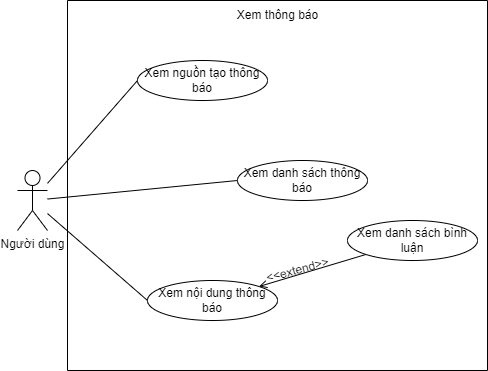
Earlier version of the draw.io export usecase diagram/Thông báo nội khu-Xem thông báo.drawio.png (kienndhn/draw-io). Source tidied: cells renumbered, new cells last; positions are measured from the earlier drawing's top-left corner, leaving out a move shared by most shapes. The source it was exported from:
```xml
<mxGraphModel>
  <root>
    <mxCell id="0" />
    <mxCell id="1" parent="0" />
    <mxCell id="2" style="rounded=0;jettySize=auto;html=1;entryX=0;entryY=0.5;entryDx=0;entryDy=0;endArrow=none;endFill=0;" parent="1" edge="1" source="5" target="7">
      <mxGeometry relative="1" as="geometry" />
    </mxCell>
    <mxCell id="3" style="edgeStyle=none;rounded=0;jettySize=auto;html=1;entryX=0;entryY=0.5;entryDx=0;entryDy=0;endArrow=none;endFill=0;" parent="1" edge="1" source="5" target="9">
      <mxGeometry relative="1" as="geometry" />
    </mxCell>
    <mxCell id="4" style="edgeStyle=none;rounded=0;jettySize=auto;html=1;entryX=0;entryY=0.5;entryDx=0;entryDy=0;endArrow=none;endFill=0;" parent="1" edge="1" source="5" target="11">
      <mxGeometry relative="1" as="geometry" />
    </mxCell>
    <mxCell id="5" value="Người dùng" style="shape=umlActor;verticalLabelPosition=bottom;verticalAlign=top;html=1;outlineConnect=0;" parent="1" vertex="1">
      <mxGeometry y="170" width="30" height="60" as="geometry" />
    </mxCell>
    <mxCell id="6" style="swimlane;startSize=0;" parent="1" vertex="1">
      <mxGeometry x="50" width="420" height="370" as="geometry" />
    </mxCell>
    <mxCell id="7" value="Xem nguồn tạo thông báo" style="ellipse;whiteSpace=wrap;html=1;" parent="6" vertex="1">
      <mxGeometry x="70" y="60" width="130" height="40" as="geometry" />
    </mxCell>
    <mxCell id="8" value="Xem thông báo" style="text;html=1;align=center;verticalAlign=middle;points=[];strokeColor=none;fillColor=none;" parent="6" vertex="1">
      <mxGeometry x="160" width="100" height="30" as="geometry" />
    </mxCell>
    <mxCell id="9" value="Xem danh sách thông báo" style="ellipse;whiteSpace=wrap;html=1;" parent="6" vertex="1">
      <mxGeometry x="170" y="160" width="130" height="40" as="geometry" />
    </mxCell>
    <mxCell id="10" style="edgeStyle=none;rounded=0;jettySize=auto;html=1;endArrow=none;endFill=0;startArrow=open;startFill=0;" parent="6" edge="1" source="11" target="12">
      <mxGeometry relative="1" as="geometry" />
    </mxCell>
    <mxCell id="11" value="Xem nội dung thông báo" style="ellipse;whiteSpace=wrap;html=1;" parent="6" vertex="1">
      <mxGeometry x="80" y="280" width="130" height="40" as="geometry" />
    </mxCell>
    <mxCell id="12" value="Xem danh sách bình luận" style="ellipse;whiteSpace=wrap;html=1;" parent="6" vertex="1">
      <mxGeometry x="280" y="220" width="130" height="40" as="geometry" />
    </mxCell>
    <mxCell id="13" value="&amp;lt;&amp;lt;extend&amp;gt;&amp;gt;" style="text;html=1;align=center;verticalAlign=middle;strokeColor=none;fillColor=none;rotation=-15;" parent="1" vertex="1">
      <mxGeometry x="235" y="255" width="90" height="30" as="geometry" />
    </mxCell>
  </root>
</mxGraphModel>
```
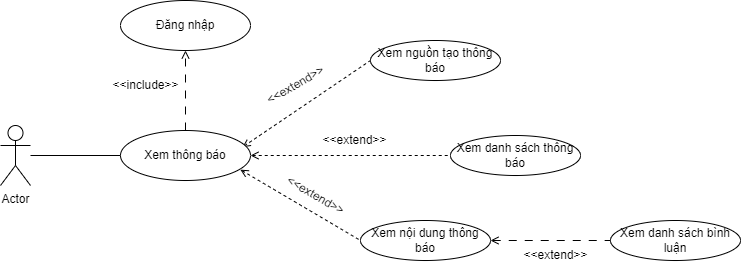
Above is the later version.

Diff of the diagram source:
```diff
@@ -2,41 +2,59 @@
   <root>
     <mxCell id="0" />
     <mxCell id="1" parent="0" />
-    <mxCell id="2" style="rounded=0;jettySize=auto;html=1;entryX=0;entryY=0.5;entryDx=0;entryDy=0;endArrow=none;endFill=0;" parent="1" edge="1" source="5" target="7">
+    <mxCell id="2" style="rounded=0;jettySize=auto;html=1;entryX=0;entryY=0.5;entryDx=0;entryDy=0;endArrow=none;endFill=0;exitX=0.938;exitY=0.333;exitDx=0;exitDy=0;exitPerimeter=0;dashed=1;startArrow=open;startFill=0;" parent="1" edge="1" source="8" target="7">
       <mxGeometry relative="1" as="geometry" />
     </mxCell>
-    <mxCell id="3" style="edgeStyle=none;rounded=0;jettySize=auto;html=1;entryX=0;entryY=0.5;entryDx=0;entryDy=0;endArrow=none;endFill=0;" parent="1" edge="1" source="5" target="9">
+    <mxCell id="3" style="edgeStyle=none;rounded=0;jettySize=auto;html=1;entryX=0;entryY=0.5;entryDx=0;entryDy=0;endArrow=none;endFill=0;exitX=1;exitY=0.5;exitDx=0;exitDy=0;dashed=1;startArrow=open;startFill=0;" parent="1" edge="1" source="8" target="9">
       <mxGeometry relative="1" as="geometry" />
     </mxCell>
-    <mxCell id="4" style="edgeStyle=none;rounded=0;jettySize=auto;html=1;entryX=0;entryY=0.5;entryDx=0;entryDy=0;endArrow=none;endFill=0;" parent="1" edge="1" source="5" target="11">
+    <mxCell id="4" style="edgeStyle=none;rounded=0;jettySize=auto;html=1;entryX=0;entryY=0.5;entryDx=0;entryDy=0;endArrow=none;endFill=0;exitX=0.922;exitY=0.783;exitDx=0;exitDy=0;exitPerimeter=0;dashed=1;startArrow=open;startFill=0;" parent="1" edge="1" source="8" target="11">
       <mxGeometry relative="1" as="geometry" />
     </mxCell>
-    <mxCell id="5" value="Người dùng" style="shape=umlActor;verticalLabelPosition=bottom;verticalAlign=top;html=1;outlineConnect=0;" parent="1" vertex="1">
-      <mxGeometry y="170" width="30" height="60" as="geometry" />
-    </mxCell>
-    <mxCell id="6" style="swimlane;startSize=0;" parent="1" vertex="1">
-      <mxGeometry x="50" width="420" height="370" as="geometry" />
-    </mxCell>
-    <mxCell id="7" value="Xem nguồn tạo thông báo" style="ellipse;whiteSpace=wrap;html=1;" parent="6" vertex="1">
-      <mxGeometry x="70" y="60" width="130" height="40" as="geometry" />
+    <mxCell id="7" value="Xem nguồn tạo thông báo" style="ellipse;whiteSpace=wrap;html=1;" parent="1" vertex="1">
+      <mxGeometry x="95" y="55" width="130" height="40" as="geometry" />
     </mxCell>
-    <mxCell id="8" value="Xem thông báo" style="text;html=1;align=center;verticalAlign=middle;points=[];strokeColor=none;fillColor=none;" parent="6" vertex="1">
-      <mxGeometry x="160" width="100" height="30" as="geometry" />
-    </mxCell>
-    <mxCell id="9" value="Xem danh sách thông báo" style="ellipse;whiteSpace=wrap;html=1;" parent="6" vertex="1">
-      <mxGeometry x="170" y="160" width="130" height="40" as="geometry" />
+    <mxCell id="9" value="Xem danh sách thông báo" style="ellipse;whiteSpace=wrap;html=1;" parent="1" vertex="1">
+      <mxGeometry x="175" y="150" width="130" height="40" as="geometry" />
     </mxCell>
-    <mxCell id="10" style="edgeStyle=none;rounded=0;jettySize=auto;html=1;endArrow=none;endFill=0;startArrow=open;startFill=0;" parent="6" edge="1" source="11" target="12">
+    <mxCell id="10" style="edgeStyle=none;rounded=0;jettySize=auto;html=1;endArrow=none;endFill=0;startArrow=open;startFill=0;dashed=1;dashPattern=8 8;" parent="1" edge="1" source="11" target="12">
       <mxGeometry relative="1" as="geometry" />
     </mxCell>
-    <mxCell id="11" value="Xem nội dung thông báo" style="ellipse;whiteSpace=wrap;html=1;" parent="6" vertex="1">
-      <mxGeometry x="80" y="280" width="130" height="40" as="geometry" />
+    <mxCell id="11" value="Xem nội dung thông báo" style="ellipse;whiteSpace=wrap;html=1;" parent="1" vertex="1">
+      <mxGeometry x="85" y="235" width="130" height="40" as="geometry" />
     </mxCell>
-    <mxCell id="12" value="Xem danh sách bình luận" style="ellipse;whiteSpace=wrap;html=1;" parent="6" vertex="1">
-      <mxGeometry x="280" y="220" width="130" height="40" as="geometry" />
+    <mxCell id="12" value="Xem danh sách bình luận" style="ellipse;whiteSpace=wrap;html=1;" parent="1" vertex="1">
+      <mxGeometry x="335" y="235" width="130" height="40" as="geometry" />
     </mxCell>
-    <mxCell id="13" value="&amp;lt;&amp;lt;extend&amp;gt;&amp;gt;" style="text;html=1;align=center;verticalAlign=middle;strokeColor=none;fillColor=none;rotation=-15;" parent="1" vertex="1">
+    <mxCell id="13" value="&amp;lt;&amp;lt;extend&amp;gt;&amp;gt;" style="text;html=1;align=center;verticalAlign=middle;strokeColor=none;fillColor=none;rotation=0;" parent="1" vertex="1">
       <mxGeometry x="235" y="255" width="90" height="30" as="geometry" />
     </mxCell>
+    <mxCell id="14" style="edgeStyle=none;rounded=0;jettySize=auto;html=1;dashed=1;dashPattern=8 8;startArrow=none;startFill=0;endArrow=open;endFill=0;" parent="1" edge="1" source="8" target="20">
+      <mxGeometry relative="1" as="geometry" />
+    </mxCell>
+    <mxCell id="8" value="Xem thông báo" style="ellipse;whiteSpace=wrap;html=1;" parent="1" vertex="1">
+      <mxGeometry x="-155" y="145" width="130" height="50" as="geometry" />
+    </mxCell>
+    <mxCell id="15" style="edgeStyle=none;rounded=0;jettySize=auto;html=1;entryX=0;entryY=0.5;entryDx=0;entryDy=0;startArrow=none;startFill=0;endArrow=none;endFill=0;" parent="1" edge="1" source="16" target="8">
+      <mxGeometry relative="1" as="geometry" />
+    </mxCell>
+    <mxCell id="16" value="Actor" style="shape=umlActor;verticalLabelPosition=bottom;verticalAlign=top;html=1;outlineConnect=0;" parent="1" vertex="1">
+      <mxGeometry x="-275" y="140" width="30" height="60" as="geometry" />
+    </mxCell>
+    <mxCell id="17" value="&amp;lt;&amp;lt;extend&amp;gt;&amp;gt;" style="text;html=1;align=center;verticalAlign=middle;strokeColor=none;fillColor=none;rotation=0;" parent="1" vertex="1">
+      <mxGeometry x="34" y="140" width="90" height="30" as="geometry" />
+    </mxCell>
+    <mxCell id="18" value="&amp;lt;&amp;lt;extend&amp;gt;&amp;gt;" style="text;html=1;align=center;verticalAlign=middle;strokeColor=none;fillColor=none;rotation=-30;" parent="1" vertex="1">
+      <mxGeometry x="-25" y="85" width="90" height="30" as="geometry" />
+    </mxCell>
+    <mxCell id="19" value="&amp;lt;&amp;lt;extend&amp;gt;&amp;gt;" style="text;html=1;align=center;verticalAlign=middle;strokeColor=none;fillColor=none;rotation=30;" parent="1" vertex="1">
+      <mxGeometry x="-5" y="195" width="90" height="30" as="geometry" />
+    </mxCell>
+    <mxCell id="20" value="Đăng nhập" style="ellipse;whiteSpace=wrap;html=1;" parent="1" vertex="1">
+      <mxGeometry x="-155" y="15" width="130" height="50" as="geometry" />
+    </mxCell>
+    <mxCell id="21" value="&amp;lt;&amp;lt;include&amp;gt;&amp;gt;" style="text;html=1;align=center;verticalAlign=middle;strokeColor=none;fillColor=none;" parent="1" vertex="1">
+      <mxGeometry x="-175" y="85" width="90" height="30" as="geometry" />
+    </mxCell>
   </root>
 </mxGraphModel>
```
